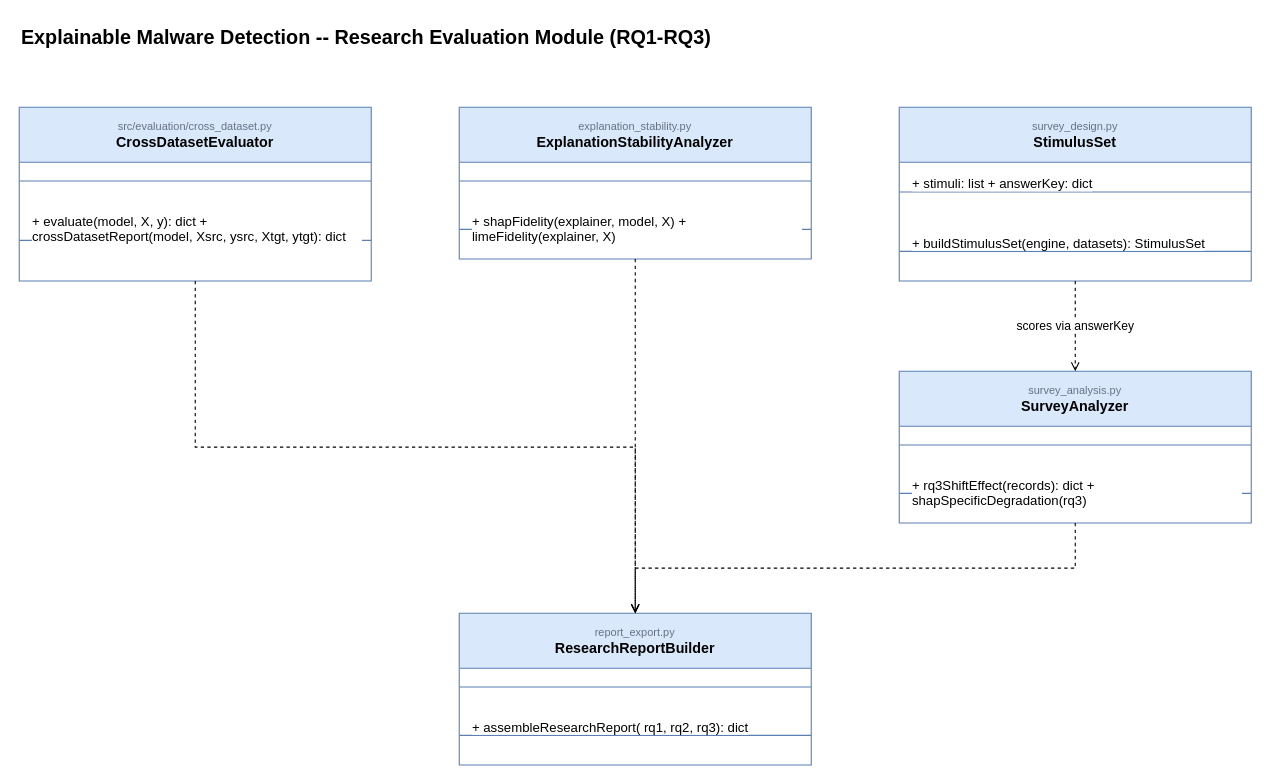
Earlier version of the draw.io diagram page "Research Evaluation" (2 of 2) of explainable-malware-detection/docs/class_diagram.drawio (Rishi-V1/Bubo-AI-). Source tidied: cells renumbered, new cells numbered last; positions are measured from the earlier drawing's top-left corner, leaving out a move shared by most shapes. Both pictures are drawn from the tidied source at 110%, with x=0, y=0 at pixel (19, 19).
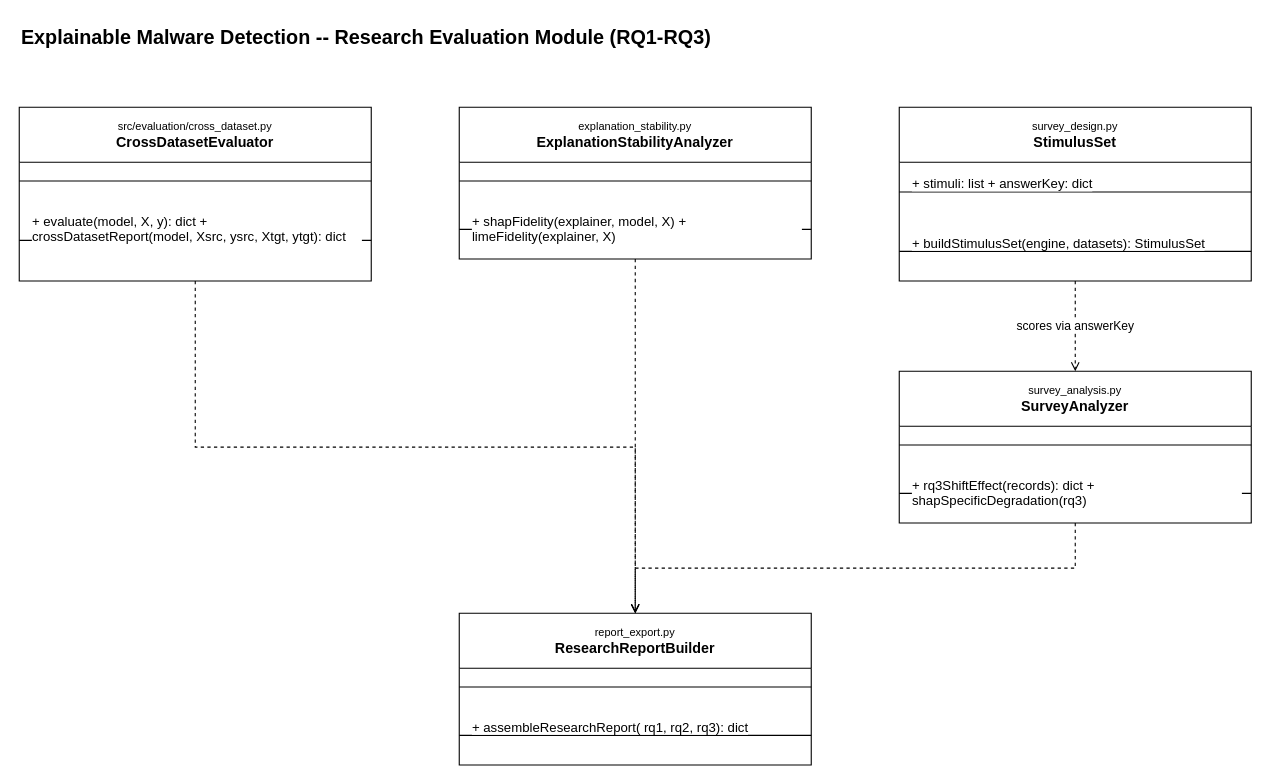
The same page after the edit.

Diff of the diagram source:
```diff
@@
-    <mxCell id="2" value="Explainable Malware Detection -- Research Evaluation Module (RQ1-RQ3)" style="text;html=1;fontStyle=1;fontSize=18;align=left;" parent="1" vertex="1">
+    <mxCell id="2" value="Explainable Malware Detection -- Research Evaluation Module (RQ1-RQ3)" style="text;html=1;fontStyle=1;fontSize=18;align=left;fontColor=#000000;" parent="1" vertex="1">
       <mxGeometry width="900" height="30" as="geometry" />
     </mxCell>
-    <mxCell id="3" value="&lt;font style='font-size:10px;color:#667085;'&gt;src/evaluation/cross_dataset.py&lt;/font&gt;&lt;br&gt;&lt;b&gt;CrossDatasetEvaluator&lt;/b&gt;" style="swimlane;fontStyle=0;align=center;verticalAlign=top;horizontal=1;startSize=50;whiteSpace=wrap;html=1;fillColor=#dae8fc;strokeColor=#5b7fb5;fontSize=13;spacingTop=2;" parent="1" vertex="1">
+    <mxCell id="3" value="&lt;font style='font-size:10px;color:#000000;'&gt;src/evaluation/cross_dataset.py&lt;/font&gt;&lt;br&gt;&lt;b&gt;CrossDatasetEvaluator&lt;/b&gt;" style="swimlane;fontStyle=0;align=center;verticalAlign=top;horizontal=1;startSize=50;whiteSpace=wrap;html=1;fillColor=none;strokeColor=#000000;fontSize=13;spacingTop=2;fontColor=#000000;" parent="1" vertex="1">
       <mxGeometry y="80" width="320" height="158" as="geometry" />
     </mxCell>
-    <mxCell id="4" value=" " style="line;strokeWidth=1;fillColor=none;align=left;verticalAlign=top;spacingTop=6;spacingLeft=10;spacingRight=8;strokeColor=inherit;whiteSpace=wrap;html=1;fontSize=12;" parent="3" vertex="1">
+    <mxCell id="4" value=" " style="line;strokeWidth=1;fillColor=none;align=left;verticalAlign=top;spacingTop=6;spacingLeft=10;spacingRight=8;strokeColor=#000000;whiteSpace=wrap;html=1;fontSize=12;fontColor=#000000;" parent="3" vertex="1">
       <mxGeometry y="50" width="320" height="34" as="geometry" />
     </mxCell>
-    <mxCell id="5" value="+ evaluate(model, X, y): dict + crossDatasetReport(model,     Xsrc, ysrc, Xtgt, ytgt): dict" style="line;strokeWidth=1;fillColor=none;align=left;verticalAlign=top;spacingTop=6;spacingLeft=10;spacingRight=8;strokeColor=inherit;whiteSpace=wrap;html=1;fontSize=12;" parent="3" vertex="1">
+    <mxCell id="5" value="+ evaluate(model, X, y): dict + crossDatasetReport(model,     Xsrc, ysrc, Xtgt, ytgt): dict" style="line;strokeWidth=1;fillColor=none;align=left;verticalAlign=top;spacingTop=6;spacingLeft=10;spacingRight=8;strokeColor=#000000;whiteSpace=wrap;html=1;fontSize=12;fontColor=#000000;" parent="3" vertex="1">
       <mxGeometry y="84" width="320" height="74" as="geometry" />
     </mxCell>
-    <mxCell id="6" value="&lt;font style='font-size:10px;color:#667085;'&gt;explanation_stability.py&lt;/font&gt;&lt;br&gt;&lt;b&gt;ExplanationStabilityAnalyzer&lt;/b&gt;" style="swimlane;fontStyle=0;align=center;verticalAlign=top;horizontal=1;startSize=50;whiteSpace=wrap;html=1;fillColor=#dae8fc;strokeColor=#5b7fb5;fontSize=13;spacingTop=2;" parent="1" vertex="1">
+    <mxCell id="6" value="&lt;font style='font-size:10px;color:#000000;'&gt;explanation_stability.py&lt;/font&gt;&lt;br&gt;&lt;b&gt;ExplanationStabilityAnalyzer&lt;/b&gt;" style="swimlane;fontStyle=0;align=center;verticalAlign=top;horizontal=1;startSize=50;whiteSpace=wrap;html=1;fillColor=none;strokeColor=#000000;fontSize=13;spacingTop=2;fontColor=#000000;" parent="1" vertex="1">
       <mxGeometry x="400" y="80" width="320" height="138" as="geometry" />
     </mxCell>
-    <mxCell id="7" value=" " style="line;strokeWidth=1;fillColor=none;align=left;verticalAlign=top;spacingTop=6;spacingLeft=10;spacingRight=8;strokeColor=inherit;whiteSpace=wrap;html=1;fontSize=12;" parent="6" vertex="1">
+    <mxCell id="7" value=" " style="line;strokeWidth=1;fillColor=none;align=left;verticalAlign=top;spacingTop=6;spacingLeft=10;spacingRight=8;strokeColor=#000000;whiteSpace=wrap;html=1;fontSize=12;fontColor=#000000;" parent="6" vertex="1">
       <mxGeometry y="50" width="320" height="34" as="geometry" />
     </mxCell>
-    <mxCell id="8" value="+ shapFidelity(explainer, model, X) + limeFidelity(explainer, X)" style="line;strokeWidth=1;fillColor=none;align=left;verticalAlign=top;spacingTop=6;spacingLeft=10;spacingRight=8;strokeColor=inherit;whiteSpace=wrap;html=1;fontSize=12;" parent="6" vertex="1">
+    <mxCell id="8" value="+ shapFidelity(explainer, model, X) + limeFidelity(explainer, X)" style="line;strokeWidth=1;fillColor=none;align=left;verticalAlign=top;spacingTop=6;spacingLeft=10;spacingRight=8;strokeColor=#000000;whiteSpace=wrap;html=1;fontSize=12;fontColor=#000000;" parent="6" vertex="1">
       <mxGeometry y="84" width="320" height="54" as="geometry" />
     </mxCell>
-    <mxCell id="9" value="&lt;font style='font-size:10px;color:#667085;'&gt;survey_design.py&lt;/font&gt;&lt;br&gt;&lt;b&gt;StimulusSet&lt;/b&gt;" style="swimlane;fontStyle=0;align=center;verticalAlign=top;horizontal=1;startSize=50;whiteSpace=wrap;html=1;fillColor=#dae8fc;strokeColor=#5b7fb5;fontSize=13;spacingTop=2;" parent="1" vertex="1">
+    <mxCell id="9" value="&lt;font style='font-size:10px;color:#000000;'&gt;survey_design.py&lt;/font&gt;&lt;br&gt;&lt;b&gt;StimulusSet&lt;/b&gt;" style="swimlane;fontStyle=0;align=center;verticalAlign=top;horizontal=1;startSize=50;whiteSpace=wrap;html=1;fillColor=none;strokeColor=#000000;fontSize=13;spacingTop=2;fontColor=#000000;" parent="1" vertex="1">
       <mxGeometry x="800" y="80" width="320" height="158" as="geometry" />
     </mxCell>
-    <mxCell id="10" value="+ stimuli: list + answerKey: dict" style="line;strokeWidth=1;fillColor=none;align=left;verticalAlign=top;spacingTop=6;spacingLeft=10;spacingRight=8;strokeColor=inherit;whiteSpace=wrap;html=1;fontSize=12;" parent="9" vertex="1">
+    <mxCell id="10" value="+ stimuli: list + answerKey: dict" style="line;strokeWidth=1;fillColor=none;align=left;verticalAlign=top;spacingTop=6;spacingLeft=10;spacingRight=8;strokeColor=#000000;whiteSpace=wrap;html=1;fontSize=12;fontColor=#000000;" parent="9" vertex="1">
       <mxGeometry y="50" width="320" height="54" as="geometry" />
     </mxCell>
-    <mxCell id="11" value="+ buildStimulusSet(engine,     datasets): StimulusSet" style="line;strokeWidth=1;fillColor=none;align=left;verticalAlign=top;spacingTop=6;spacingLeft=10;spacingRight=8;strokeColor=inherit;whiteSpace=wrap;html=1;fontSize=12;" parent="9" vertex="1">
+    <mxCell id="11" value="+ buildStimulusSet(engine,     datasets): StimulusSet" style="line;strokeWidth=1;fillColor=none;align=left;verticalAlign=top;spacingTop=6;spacingLeft=10;spacingRight=8;strokeColor=#000000;whiteSpace=wrap;html=1;fontSize=12;fontColor=#000000;" parent="9" vertex="1">
       <mxGeometry y="104" width="320" height="54" as="geometry" />
     </mxCell>
-    <mxCell id="12" value="&lt;font style='font-size:10px;color:#667085;'&gt;survey_analysis.py&lt;/font&gt;&lt;br&gt;&lt;b&gt;SurveyAnalyzer&lt;/b&gt;" style="swimlane;fontStyle=0;align=center;verticalAlign=top;horizontal=1;startSize=50;whiteSpace=wrap;html=1;fillColor=#dae8fc;strokeColor=#5b7fb5;fontSize=13;spacingTop=2;" parent="1" vertex="1">
+    <mxCell id="12" value="&lt;font style='font-size:10px;color:#000000;'&gt;survey_analysis.py&lt;/font&gt;&lt;br&gt;&lt;b&gt;SurveyAnalyzer&lt;/b&gt;" style="swimlane;fontStyle=0;align=center;verticalAlign=top;horizontal=1;startSize=50;whiteSpace=wrap;html=1;fillColor=none;strokeColor=#000000;fontSize=13;spacingTop=2;fontColor=#000000;" parent="1" vertex="1">
       <mxGeometry x="800" y="320" width="320" height="138" as="geometry" />
     </mxCell>
-    <mxCell id="13" value=" " style="line;strokeWidth=1;fillColor=none;align=left;verticalAlign=top;spacingTop=6;spacingLeft=10;spacingRight=8;strokeColor=inherit;whiteSpace=wrap;html=1;fontSize=12;" parent="12" vertex="1">
+    <mxCell id="13" value=" " style="line;strokeWidth=1;fillColor=none;align=left;verticalAlign=top;spacingTop=6;spacingLeft=10;spacingRight=8;strokeColor=#000000;whiteSpace=wrap;html=1;fontSize=12;fontColor=#000000;" parent="12" vertex="1">
       <mxGeometry y="50" width="320" height="34" as="geometry" />
     </mxCell>
-    <mxCell id="14" value="+ rq3ShiftEffect(records): dict + shapSpecificDegradation(rq3)" style="line;strokeWidth=1;fillColor=none;align=left;verticalAlign=top;spacingTop=6;spacingLeft=10;spacingRight=8;strokeColor=inherit;whiteSpace=wrap;html=1;fontSize=12;" parent="12" vertex="1">
+    <mxCell id="14" value="+ rq3ShiftEffect(records): dict + shapSpecificDegradation(rq3)" style="line;strokeWidth=1;fillColor=none;align=left;verticalAlign=top;spacingTop=6;spacingLeft=10;spacingRight=8;strokeColor=#000000;whiteSpace=wrap;html=1;fontSize=12;fontColor=#000000;" parent="12" vertex="1">
       <mxGeometry y="84" width="320" height="54" as="geometry" />
     </mxCell>
-    <mxCell id="15" value="&lt;font style='font-size:10px;color:#667085;'&gt;report_export.py&lt;/font&gt;&lt;br&gt;&lt;b&gt;ResearchReportBuilder&lt;/b&gt;" style="swimlane;fontStyle=0;align=center;verticalAlign=top;horizontal=1;startSize=50;whiteSpace=wrap;html=1;fillColor=#dae8fc;strokeColor=#5b7fb5;fontSize=13;spacingTop=2;" parent="1" vertex="1">
+    <mxCell id="15" value="&lt;font style='font-size:10px;color:#000000;'&gt;report_export.py&lt;/font&gt;&lt;br&gt;&lt;b&gt;ResearchReportBuilder&lt;/b&gt;" style="swimlane;fontStyle=0;align=center;verticalAlign=top;horizontal=1;startSize=50;whiteSpace=wrap;html=1;fillColor=none;strokeColor=#000000;fontSize=13;spacingTop=2;fontColor=#000000;" parent="1" vertex="1">
       <mxGeometry x="400" y="540" width="320" height="138" as="geometry" />
     </mxCell>
-    <mxCell id="16" value=" " style="line;strokeWidth=1;fillColor=none;align=left;verticalAlign=top;spacingTop=6;spacingLeft=10;spacingRight=8;strokeColor=inherit;whiteSpace=wrap;html=1;fontSize=12;" parent="15" vertex="1">
+    <mxCell id="16" value=" " style="line;strokeWidth=1;fillColor=none;align=left;verticalAlign=top;spacingTop=6;spacingLeft=10;spacingRight=8;strokeColor=#000000;whiteSpace=wrap;html=1;fontSize=12;fontColor=#000000;" parent="15" vertex="1">
       <mxGeometry y="50" width="320" height="34" as="geometry" />
     </mxCell>
-    <mxCell id="17" value="+ assembleResearchReport(     rq1, rq2, rq3): dict" style="line;strokeWidth=1;fillColor=none;align=left;verticalAlign=top;spacingTop=6;spacingLeft=10;spacingRight=8;strokeColor=inherit;whiteSpace=wrap;html=1;fontSize=12;" parent="15" vertex="1">
+    <mxCell id="17" value="+ assembleResearchReport(     rq1, rq2, rq3): dict" style="line;strokeWidth=1;fillColor=none;align=left;verticalAlign=top;spacingTop=6;spacingLeft=10;spacingRight=8;strokeColor=#000000;whiteSpace=wrap;html=1;fontSize=12;fontColor=#000000;" parent="15" vertex="1">
       <mxGeometry y="84" width="320" height="54" as="geometry" />
     </mxCell>
-    <mxCell id="18" value="scores via answerKey" style="edgeStyle=orthogonalEdgeStyle;rounded=0;html=1;fontSize=11;exitX=0.5;exitY=1;entryX=0.5;entryY=0;endArrow=open;startArrow=none;endFill=0;dashed=1;" parent="1" edge="1" source="9" target="12">
+    <mxCell id="18" value="scores via answerKey" style="edgeStyle=orthogonalEdgeStyle;rounded=0;html=1;fontSize=11;strokeColor=#000000;fontColor=#000000;exitX=0.5;exitY=1;entryX=0.5;entryY=0;endArrow=open;startArrow=none;endFill=0;dashed=1;" parent="1" edge="1" source="9" target="12">
       <mxGeometry relative="1" as="geometry" />
     </mxCell>
-    <mxCell id="19" style="edgeStyle=orthogonalEdgeStyle;rounded=0;html=1;fontSize=11;exitX=0.5;exitY=1;entryX=0.5;entryY=0;endArrow=open;startArrow=none;endFill=0;dashed=1;" parent="1" edge="1" source="3" target="15">
+    <mxCell id="19" style="edgeStyle=orthogonalEdgeStyle;rounded=0;html=1;fontSize=11;strokeColor=#000000;fontColor=#000000;exitX=0.5;exitY=1;entryX=0.5;entryY=0;endArrow=open;startArrow=none;endFill=0;dashed=1;" parent="1" edge="1" source="3" target="15">
       <mxGeometry relative="1" as="geometry" />
     </mxCell>
-    <mxCell id="20" style="edgeStyle=orthogonalEdgeStyle;rounded=0;html=1;fontSize=11;exitX=0.5;exitY=1;entryX=0.5;entryY=0;endArrow=open;startArrow=none;endFill=0;dashed=1;" parent="1" edge="1" source="6" target="15">
+    <mxCell id="20" style="edgeStyle=orthogonalEdgeStyle;rounded=0;html=1;fontSize=11;strokeColor=#000000;fontColor=#000000;exitX=0.5;exitY=1;entryX=0.5;entryY=0;endArrow=open;startArrow=none;endFill=0;dashed=1;" parent="1" edge="1" source="6" target="15">
       <mxGeometry relative="1" as="geometry" />
     </mxCell>
-    <mxCell id="21" style="edgeStyle=orthogonalEdgeStyle;rounded=0;html=1;fontSize=11;exitX=0.5;exitY=1;entryX=0.5;entryY=0;endArrow=open;startArrow=none;endFill=0;dashed=1;" parent="1" edge="1" source="12" target="15">
+    <mxCell id="21" style="edgeStyle=orthogonalEdgeStyle;rounded=0;html=1;fontSize=11;strokeColor=#000000;fontColor=#000000;exitX=0.5;exitY=1;entryX=0.5;entryY=0;endArrow=open;startArrow=none;endFill=0;dashed=1;" parent="1" edge="1" source="12" target="15">
       <mxGeometry relative="1" as="geometry" />
     </mxCell>
```
